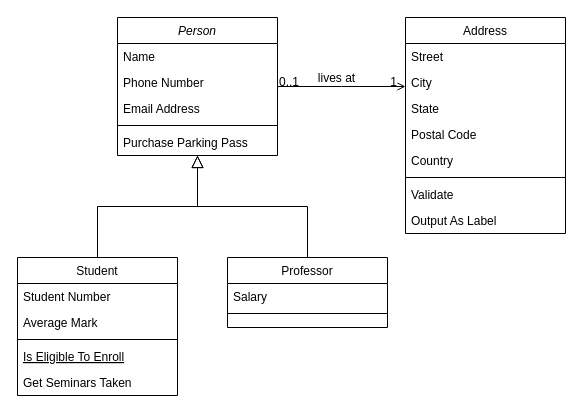
Above: attr.drawio in 13570248114/draw (draw.io), before the change. Source tidied: cells renumbered, new cells numbered last; positions are measured from the earlier drawing's top-left corner, leaving out a move shared by most shapes. Both pictures are drawn from the tidied source at 100%, with x=0, y=0 at pixel (17, 17).
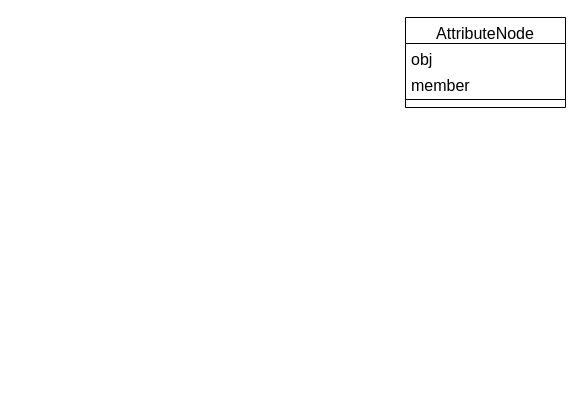
Above is the later version.

Change to the diagram source:
```diff
@@
-    <mxCell id="2" value="Person" style="swimlane;fontStyle=2;align=center;verticalAlign=top;horizontal=1;startSize=26;rounded=0;shadow=0;strokeWidth=1;" parent="1" vertex="1">
-      <mxGeometry x="100" width="160" height="138" as="geometry" />
-    </mxCell>
-    <mxCell id="3" value="Name" style="text;align=left;verticalAlign=top;spacingLeft=4;spacingRight=4;overflow=hidden;" parent="2" vertex="1">
-      <mxGeometry y="26" width="160" height="26" as="geometry" />
-    </mxCell>
-    <mxCell id="4" value="Phone Number" style="text;align=left;verticalAlign=top;spacingLeft=4;spacingRight=4;overflow=hidden;rounded=0;shadow=0;html=0;" parent="2" vertex="1">
-      <mxGeometry y="52" width="160" height="26" as="geometry" />
-    </mxCell>
-    <mxCell id="5" value="Email Address" style="text;align=left;verticalAlign=top;spacingLeft=4;spacingRight=4;overflow=hidden;rounded=0;shadow=0;html=0;" parent="2" vertex="1">
-      <mxGeometry y="78" width="160" height="26" as="geometry" />
-    </mxCell>
-    <mxCell id="6" style="line;html=1;strokeWidth=1;align=left;verticalAlign=middle;spacingTop=-1;spacingLeft=3;spacingRight=3;labelPosition=right;" parent="2" vertex="1">
-      <mxGeometry y="104" width="160" height="8" as="geometry" />
-    </mxCell>
-    <mxCell id="7" value="Purchase Parking Pass" style="text;align=left;verticalAlign=top;spacingLeft=4;spacingRight=4;overflow=hidden;" parent="2" vertex="1">
-      <mxGeometry y="112" width="160" height="26" as="geometry" />
-    </mxCell>
-    <mxCell id="8" value="Student" style="swimlane;fontStyle=0;align=center;verticalAlign=top;horizontal=1;startSize=26;rounded=0;shadow=0;strokeWidth=1;" parent="1" vertex="1">
-      <mxGeometry y="240" width="160" height="138" as="geometry" />
-    </mxCell>
-    <mxCell id="9" value="Student Number" style="text;align=left;verticalAlign=top;spacingLeft=4;spacingRight=4;overflow=hidden;" parent="8" vertex="1">
-      <mxGeometry y="26" width="160" height="26" as="geometry" />
-    </mxCell>
-    <mxCell id="10" value="Average Mark" style="text;align=left;verticalAlign=top;spacingLeft=4;spacingRight=4;overflow=hidden;rounded=0;shadow=0;html=0;" parent="8" vertex="1">
-      <mxGeometry y="52" width="160" height="26" as="geometry" />
-    </mxCell>
-    <mxCell id="11" style="line;html=1;strokeWidth=1;align=left;verticalAlign=middle;spacingTop=-1;spacingLeft=3;spacingRight=3;labelPosition=right;" parent="8" vertex="1">
-      <mxGeometry y="78" width="160" height="8" as="geometry" />
-    </mxCell>
-    <mxCell id="12" value="Is Eligible To Enroll" style="text;align=left;verticalAlign=top;spacingLeft=4;spacingRight=4;overflow=hidden;fontStyle=4;" parent="8" vertex="1">
-      <mxGeometry y="86" width="160" height="26" as="geometry" />
-    </mxCell>
-    <mxCell id="13" value="Get Seminars Taken" style="text;align=left;verticalAlign=top;spacingLeft=4;spacingRight=4;overflow=hidden;" parent="8" vertex="1">
-      <mxGeometry y="112" width="160" height="26" as="geometry" />
-    </mxCell>
-    <mxCell id="14" style="endArrow=block;endSize=10;endFill=0;shadow=0;strokeWidth=1;rounded=0;edgeStyle=elbowEdgeStyle;elbow=vertical;" parent="1" edge="1" source="8" target="2">
-      <mxGeometry relative="1" as="geometry" />
-    </mxCell>
-    <mxCell id="15" value="Professor" style="swimlane;fontStyle=0;align=center;verticalAlign=top;horizontal=1;startSize=26;rounded=0;shadow=0;strokeWidth=1;" parent="1" vertex="1">
-      <mxGeometry x="210" y="240" width="160" height="70" as="geometry" />
-    </mxCell>
-    <mxCell id="16" value="Salary" style="text;align=left;verticalAlign=top;spacingLeft=4;spacingRight=4;overflow=hidden;" parent="15" vertex="1">
-      <mxGeometry y="26" width="160" height="26" as="geometry" />
-    </mxCell>
-    <mxCell id="17" style="line;html=1;strokeWidth=1;align=left;verticalAlign=middle;spacingTop=-1;spacingLeft=3;spacingRight=3;labelPosition=right;" parent="15" vertex="1">
-      <mxGeometry y="52" width="160" height="8" as="geometry" />
-    </mxCell>
-    <mxCell id="18" style="endArrow=block;endSize=10;endFill=0;shadow=0;strokeWidth=1;rounded=0;edgeStyle=elbowEdgeStyle;elbow=vertical;" parent="1" edge="1" source="15" target="2">
-      <mxGeometry relative="1" as="geometry" />
-    </mxCell>
-    <mxCell id="19" value="Address" style="swimlane;fontStyle=0;align=center;verticalAlign=top;horizontal=1;startSize=26;rounded=0;shadow=0;strokeWidth=1;" parent="1" vertex="1">
-      <mxGeometry x="388" width="160" height="216" as="geometry" />
+    <mxCell id="19" value="AttributeNode" style="swimlane;fontStyle=0;align=center;verticalAlign=top;horizontal=1;startSize=26;rounded=0;shadow=0;strokeWidth=1;fontSize=16;" parent="1" vertex="1">
+      <mxGeometry x="388" width="160" height="90" as="geometry" />
     </mxCell>
-    <mxCell id="20" value="Street" style="text;align=left;verticalAlign=top;spacingLeft=4;spacingRight=4;overflow=hidden;" parent="19" vertex="1">
+    <mxCell id="20" value="obj" style="text;align=left;verticalAlign=top;spacingLeft=4;spacingRight=4;overflow=hidden;fontSize=16;" parent="19" vertex="1">
       <mxGeometry y="26" width="160" height="26" as="geometry" />
     </mxCell>
-    <mxCell id="21" value="City" style="text;align=left;verticalAlign=top;spacingLeft=4;spacingRight=4;overflow=hidden;rounded=0;shadow=0;html=0;" parent="19" vertex="1">
+    <mxCell id="21" value="member" style="text;align=left;verticalAlign=top;spacingLeft=4;spacingRight=4;overflow=hidden;rounded=0;shadow=0;html=0;fontSize=16;" parent="19" vertex="1">
       <mxGeometry y="52" width="160" height="26" as="geometry" />
     </mxCell>
-    <mxCell id="22" value="State" style="text;align=left;verticalAlign=top;spacingLeft=4;spacingRight=4;overflow=hidden;rounded=0;shadow=0;html=0;" parent="19" vertex="1">
-      <mxGeometry y="78" width="160" height="26" as="geometry" />
-    </mxCell>
-    <mxCell id="23" value="Postal Code" style="text;align=left;verticalAlign=top;spacingLeft=4;spacingRight=4;overflow=hidden;rounded=0;shadow=0;html=0;" parent="19" vertex="1">
-      <mxGeometry y="104" width="160" height="26" as="geometry" />
-    </mxCell>
-    <mxCell id="24" value="Country" style="text;align=left;verticalAlign=top;spacingLeft=4;spacingRight=4;overflow=hidden;rounded=0;shadow=0;html=0;" parent="19" vertex="1">
-      <mxGeometry y="130" width="160" height="26" as="geometry" />
-    </mxCell>
-    <mxCell id="25" style="line;html=1;strokeWidth=1;align=left;verticalAlign=middle;spacingTop=-1;spacingLeft=3;spacingRight=3;labelPosition=right;" parent="19" vertex="1">
-      <mxGeometry y="156" width="160" height="8" as="geometry" />
+    <mxCell id="25" style="line;html=1;strokeWidth=1;align=left;verticalAlign=middle;spacingTop=-1;spacingLeft=3;spacingRight=3;labelPosition=right;fontSize=16;" parent="19" vertex="1">
+      <mxGeometry y="78" width="160" height="8" as="geometry" />
     </mxCell>
-    <mxCell id="26" value="Validate" style="text;align=left;verticalAlign=top;spacingLeft=4;spacingRight=4;overflow=hidden;" parent="19" vertex="1">
-      <mxGeometry y="164" width="160" height="26" as="geometry" />
-    </mxCell>
-    <mxCell id="27" value="Output As Label" style="text;align=left;verticalAlign=top;spacingLeft=4;spacingRight=4;overflow=hidden;" parent="19" vertex="1">
-      <mxGeometry y="190" width="160" height="26" as="geometry" />
-    </mxCell>
-    <mxCell id="28" style="endArrow=open;shadow=0;strokeWidth=1;rounded=0;endFill=1;edgeStyle=elbowEdgeStyle;elbow=vertical;" parent="1" edge="1" source="2" target="19">
-      <mxGeometry x="0.5" y="41" relative="1" as="geometry">
-        <mxPoint x="-40" y="32" as="offset" />
-      </mxGeometry>
-    </mxCell>
-    <mxCell id="29" value="0..1" style="align=left;verticalAlign=bottom;labelBackgroundColor=none;fontSize=12;" parent="28" vertex="1">
-      <mxGeometry x="-1" relative="1" as="geometry">
-        <mxPoint y="4" as="offset" />
-      </mxGeometry>
-    </mxCell>
-    <mxCell id="30" value="1" style="align=right;verticalAlign=bottom;labelBackgroundColor=none;fontSize=12;" parent="28" vertex="1">
-      <mxGeometry x="1" relative="1" as="geometry">
-        <mxPoint x="-7" y="4" as="offset" />
-      </mxGeometry>
-    </mxCell>
-    <mxCell id="31" value="lives at" style="text;html=1;align=center;verticalAlign=middle;labelBackgroundColor=none;rounded=0;shadow=0;strokeWidth=1;fontSize=12;" parent="28" vertex="1">
-      <mxGeometry x="0.5" y="49" relative="1" as="geometry">
-        <mxPoint x="-38" y="40" as="offset" />
-      </mxGeometry>
-    </mxCell>
```
